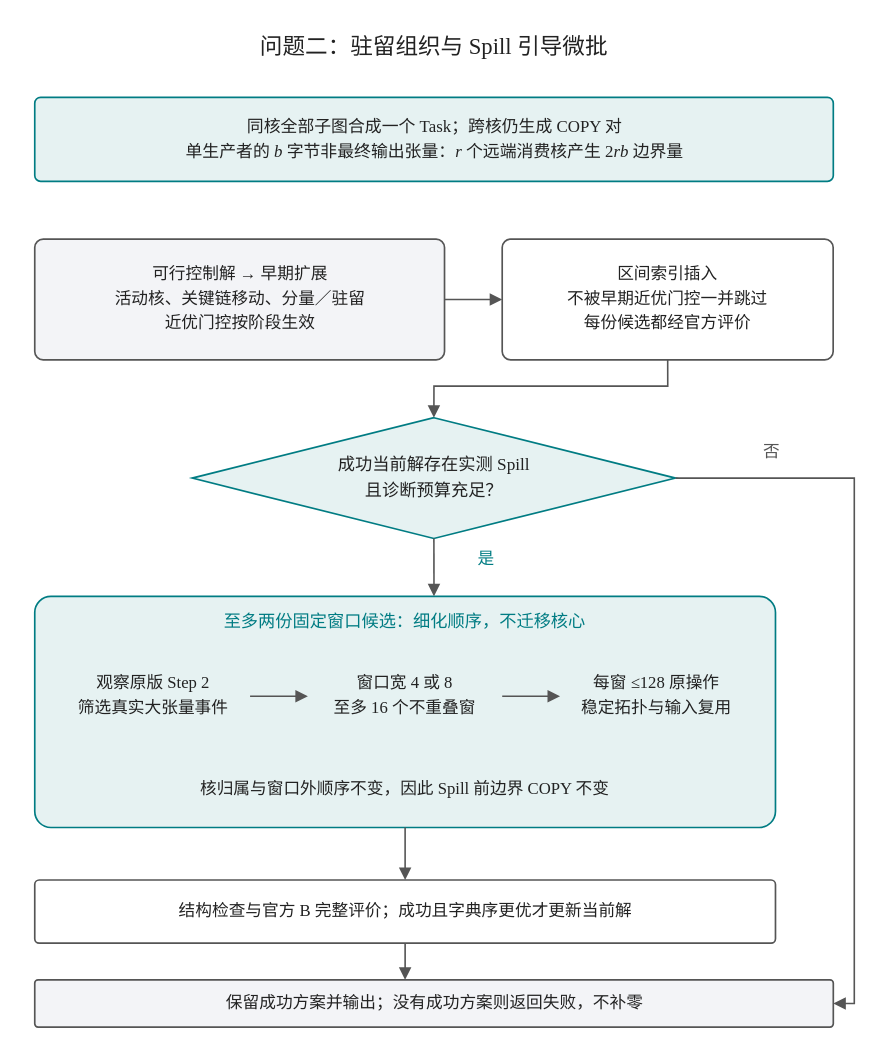
The draw.io diagram r12_answer_20260925/流程图_优化版_20260926/drawio/02_R12_问题二_Spill微批.drawio in 124-creator/HuaWei, before the edit. Source tidied: cells renumbered, new cells numbered last; positions are measured from the earlier drawing's top-left corner, leaving out a move shared by most shapes. Both pictures are drawn from the tidied source at 139%, with x=0, y=0 at pixel (24, 24).
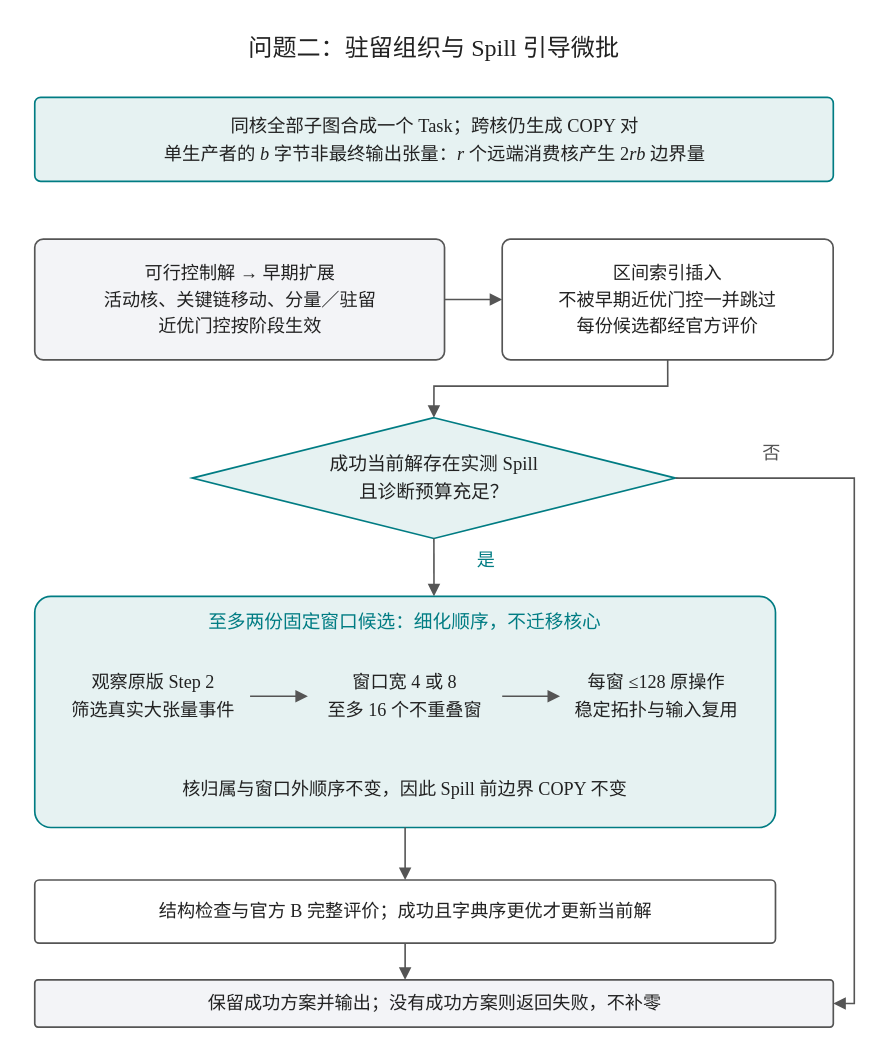
The same page after the edit.

Diff of the diagram source:
```diff
@@
-    <mxCell id="2" value="&lt;div style=&quot;font-family:'Liberation Serif','WenQuanYi Zen Hei';line-height:1.48;&quot;&gt;问题二：驻留组织与 Spill 引导微批&lt;/div&gt;" style="text;html=1;whiteSpace=wrap;align=center;verticalAlign=middle;fontFamily=WenQuanYi Zen Hei;fontSize=16.266666666666666;fontColor=#222222;fillColor=none;strokeColor=none;strokeWidth=1.2;spacing=5;" parent="1" vertex="1">
+    <mxCell id="2" value="&lt;div style=&quot;font-family:'Liberation Serif','WenQuanYi Zen Hei';line-height:1.48;&quot;&gt;问题二：驻留组织与 Spill 引导微批&lt;/div&gt;" style="text;html=1;whiteSpace=wrap;align=center;verticalAlign=middle;fontFamily=WenQuanYi Zen Hei;fontSize=17.333333333333332;fontColor=#222222;fillColor=none;strokeColor=none;strokeWidth=1.2;spacing=5;" parent="1" vertex="1">
       <mxGeometry x="-0.1" y="-0.4" width="589.6" height="34" as="geometry" />
     </mxCell>
-    <mxCell id="3" value="&lt;div style=&quot;font-family:'Liberation Serif','WenQuanYi Zen Hei';line-height:1.48;&quot;&gt;同核全部子图合成一个 Task；跨核仍生成 COPY 对&lt;br&gt;单生产者的 &lt;i&gt;b&lt;/i&gt; 字节非最终输出张量：&lt;i&gt;r&lt;/i&gt; 个远端消费核产生 2&lt;i&gt;rb&lt;/i&gt; 边界量&lt;/div&gt;" style="rounded=1;arcSize=7;html=1;whiteSpace=wrap;align=center;verticalAlign=middle;fontFamily=WenQuanYi Zen Hei;fontSize=12.133333333333333;fontColor=#222222;fillColor=#E6F2F2;strokeColor=#007C83;strokeWidth=1.2;spacing=5;" parent="1" vertex="1">
+    <mxCell id="3" value="&lt;div style=&quot;font-family:'Liberation Serif','WenQuanYi Zen Hei';line-height:1.48;&quot;&gt;同核全部子图合成一个 Task；跨核仍生成 COPY 对&lt;br&gt;单生产者的 &lt;i&gt;b&lt;/i&gt; 字节非最终输出张量：&lt;i&gt;r&lt;/i&gt; 个远端消费核产生 2&lt;i&gt;rb&lt;/i&gt; 边界量&lt;/div&gt;" style="rounded=1;arcSize=7;html=1;whiteSpace=wrap;align=center;verticalAlign=middle;fontFamily=WenQuanYi Zen Hei;fontSize=13.200000000000001;fontColor=#222222;fillColor=#E6F2F2;strokeColor=#007C83;strokeWidth=1.2;spacing=5;" parent="1" vertex="1">
       <mxGeometry x="7.5" y="52.5" width="574.5" height="60.5" as="geometry" />
     </mxCell>
-    <mxCell id="4" value="&lt;div style=&quot;font-family:'Liberation Serif','WenQuanYi Zen Hei';line-height:1.48;&quot;&gt;可行控制解 → 早期扩展&lt;br&gt;活动核、关键链移动、分量／驻留&lt;br&gt;近优门控按阶段生效&lt;/div&gt;" style="rounded=1;arcSize=7;html=1;whiteSpace=wrap;align=center;verticalAlign=middle;fontFamily=WenQuanYi Zen Hei;fontSize=12.0;fontColor=#222222;fillColor=#F3F4F7;strokeColor=#555555;strokeWidth=1.2;spacing=5;" parent="1" vertex="1">
+    <mxCell id="4" value="&lt;div style=&quot;font-family:'Liberation Serif','WenQuanYi Zen Hei';line-height:1.48;&quot;&gt;可行控制解 → 早期扩展&lt;br&gt;活动核、关键链移动、分量／驻留&lt;br&gt;近优门控按阶段生效&lt;/div&gt;" style="rounded=1;arcSize=7;html=1;whiteSpace=wrap;align=center;verticalAlign=middle;fontFamily=WenQuanYi Zen Hei;fontSize=13.066666666666668;fontColor=#222222;fillColor=#F3F4F7;strokeColor=#555555;strokeWidth=1.2;spacing=5;" parent="1" vertex="1">
       <mxGeometry x="7.5" y="154.5" width="294.8" height="86.9" as="geometry" />
     </mxCell>
-    <mxCell id="5" value="&lt;div style=&quot;font-family:'Liberation Serif','WenQuanYi Zen Hei';line-height:1.48;&quot;&gt;区间索引插入&lt;br&gt;不被早期近优门控一并跳过&lt;br&gt;每份候选都经官方评价&lt;/div&gt;" style="rounded=1;arcSize=7;html=1;whiteSpace=wrap;align=center;verticalAlign=middle;fontFamily=WenQuanYi Zen Hei;fontSize=12.0;fontColor=#222222;fillColor=#FFFFFF;strokeColor=#555555;strokeWidth=1.2;spacing=5;" parent="1" vertex="1">
+    <mxCell id="5" value="&lt;div style=&quot;font-family:'Liberation Serif','WenQuanYi Zen Hei';line-height:1.48;&quot;&gt;区间索引插入&lt;br&gt;不被早期近优门控一并跳过&lt;br&gt;每份候选都经官方评价&lt;/div&gt;" style="rounded=1;arcSize=7;html=1;whiteSpace=wrap;align=center;verticalAlign=middle;fontFamily=WenQuanYi Zen Hei;fontSize=13.066666666666668;fontColor=#222222;fillColor=#FFFFFF;strokeColor=#555555;strokeWidth=1.2;spacing=5;" parent="1" vertex="1">
       <mxGeometry x="343.8" y="154.5" width="238.1" height="86.9" as="geometry" />
     </mxCell>
-    <mxCell id="6" value="&lt;div style=&quot;font-family:'Liberation Serif','WenQuanYi Zen Hei';line-height:1.48;&quot;&gt;成功当前解存在实测 Spill&lt;br&gt;且诊断预算充足？&lt;/div&gt;" style="shape=rhombus;html=1;whiteSpace=wrap;align=center;verticalAlign=middle;fontFamily=WenQuanYi Zen Hei;fontSize=12.4;fontColor=#222222;fillColor=#E6F2F2;strokeColor=#007C83;strokeWidth=1.2;spacing=5;" parent="1" vertex="1">
+    <mxCell id="6" value="&lt;div style=&quot;font-family:'Liberation Serif','WenQuanYi Zen Hei';line-height:1.48;&quot;&gt;成功当前解存在实测 Spill&lt;br&gt;且诊断预算充足？&lt;/div&gt;" style="shape=rhombus;html=1;whiteSpace=wrap;align=center;verticalAlign=middle;fontFamily=WenQuanYi Zen Hei;fontSize=13.466666666666667;fontColor=#222222;fillColor=#E6F2F2;strokeColor=#007C83;strokeWidth=1.2;spacing=5;" parent="1" vertex="1">
       <mxGeometry x="120.8" y="283" width="347.7" height="86.9" as="geometry" />
     </mxCell>
-    <mxCell id="7" value="&lt;div style=&quot;font-family:'Liberation Serif','WenQuanYi Zen Hei';line-height:1.48;&quot;&gt;是&lt;/div&gt;" style="text;html=1;whiteSpace=wrap;align=center;verticalAlign=middle;fontFamily=WenQuanYi Zen Hei;fontSize=12.0;fontColor=#007C83;fillColor=none;strokeColor=none;strokeWidth=1.2;spacing=5;" parent="1" vertex="1">
+    <mxCell id="7" value="&lt;div style=&quot;font-family:'Liberation Serif','WenQuanYi Zen Hei';line-height:1.48;&quot;&gt;是&lt;/div&gt;" style="text;html=1;whiteSpace=wrap;align=center;verticalAlign=middle;fontFamily=WenQuanYi Zen Hei;fontSize=13.066666666666668;fontColor=#007C83;fillColor=none;strokeColor=none;strokeWidth=1.2;spacing=5;" parent="1" vertex="1">
       <mxGeometry x="306" y="371.8" width="52.9" height="26.5" as="geometry" />
     </mxCell>
@@
-    <mxCell id="9" value="&lt;div style=&quot;font-family:'Liberation Serif','WenQuanYi Zen Hei';line-height:1.48;&quot;&gt;至多两份固定窗口候选：细化顺序，不迁移核心&lt;/div&gt;" style="text;html=1;whiteSpace=wrap;align=center;verticalAlign=middle;fontFamily=WenQuanYi Zen Hei;fontSize=12.4;fontColor=#007C83;fillColor=none;strokeColor=none;strokeWidth=1.2;spacing=5;" parent="1" vertex="1">
+    <mxCell id="9" value="&lt;div style=&quot;font-family:'Liberation Serif','WenQuanYi Zen Hei';line-height:1.48;&quot;&gt;至多两份固定窗口候选：细化顺序，不迁移核心&lt;/div&gt;" style="text;html=1;whiteSpace=wrap;align=center;verticalAlign=middle;fontFamily=WenQuanYi Zen Hei;fontSize=13.466666666666667;fontColor=#007C83;fillColor=none;strokeColor=none;strokeWidth=1.2;spacing=5;" parent="1" vertex="1">
       <mxGeometry x="18.8" y="415.3" width="510.2" height="30.2" as="geometry" />
     </mxCell>
-    <mxCell id="10" value="&lt;div style=&quot;font-family:'Liberation Serif','WenQuanYi Zen Hei';line-height:1.48;&quot;&gt;观察原版 Step 2&lt;br&gt;筛选真实大张量事件&lt;/div&gt;" style="text;html=1;whiteSpace=wrap;align=center;verticalAlign=middle;fontFamily=WenQuanYi Zen Hei;fontSize=12.0;fontColor=#222222;fillColor=none;strokeColor=none;strokeWidth=1.2;spacing=5;" parent="1" vertex="1">
+    <mxCell id="10" value="&lt;div style=&quot;font-family:'Liberation Serif','WenQuanYi Zen Hei';line-height:1.48;&quot;&gt;观察原版 Step 2&lt;br&gt;筛选真实大张量事件&lt;/div&gt;" style="text;html=1;whiteSpace=wrap;align=center;verticalAlign=middle;fontFamily=WenQuanYi Zen Hei;fontSize=13.066666666666668;fontColor=#222222;fillColor=none;strokeColor=none;strokeWidth=1.2;spacing=5;" parent="1" vertex="1">
       <mxGeometry x="22.6" y="453.1" width="139.8" height="60.5" as="geometry" />
     </mxCell>
-    <mxCell id="11" value="&lt;div style=&quot;font-family:'Liberation Serif','WenQuanYi Zen Hei';line-height:1.48;&quot;&gt;窗口宽 4 或 8&lt;br&gt;至多 16 个不重叠窗&lt;/div&gt;" style="text;html=1;whiteSpace=wrap;align=center;verticalAlign=middle;fontFamily=WenQuanYi Zen Hei;fontSize=12.0;fontColor=#222222;fillColor=none;strokeColor=none;strokeWidth=1.2;spacing=5;" parent="1" vertex="1">
+    <mxCell id="11" value="&lt;div style=&quot;font-family:'Liberation Serif','WenQuanYi Zen Hei';line-height:1.48;&quot;&gt;窗口宽 4 或 8&lt;br&gt;至多 16 个不重叠窗&lt;/div&gt;" style="text;html=1;whiteSpace=wrap;align=center;verticalAlign=middle;fontFamily=WenQuanYi Zen Hei;fontSize=13.066666666666668;fontColor=#222222;fillColor=none;strokeColor=none;strokeWidth=1.2;spacing=5;" parent="1" vertex="1">
       <mxGeometry x="204" y="453.1" width="139.8" height="60.5" as="geometry" />
     </mxCell>
-    <mxCell id="12" value="&lt;div style=&quot;font-family:'Liberation Serif','WenQuanYi Zen Hei';line-height:1.48;&quot;&gt;每窗 ≤128 原操作&lt;br&gt;稳定拓扑与输入复用&lt;/div&gt;" style="text;html=1;whiteSpace=wrap;align=center;verticalAlign=middle;fontFamily=WenQuanYi Zen Hei;fontSize=12.0;fontColor=#222222;fillColor=none;strokeColor=none;strokeWidth=1.2;spacing=5;" parent="1" vertex="1">
+    <mxCell id="12" value="&lt;div style=&quot;font-family:'Liberation Serif','WenQuanYi Zen Hei';line-height:1.48;&quot;&gt;每窗 ≤128 原操作&lt;br&gt;稳定拓扑与输入复用&lt;/div&gt;" style="text;html=1;whiteSpace=wrap;align=center;verticalAlign=middle;fontFamily=WenQuanYi Zen Hei;fontSize=13.066666666666668;fontColor=#222222;fillColor=none;strokeColor=none;strokeWidth=1.2;spacing=5;" parent="1" vertex="1">
       <mxGeometry x="385.4" y="453.1" width="139.8" height="60.5" as="geometry" />
     </mxCell>
-    <mxCell id="13" value="&lt;div style=&quot;font-family:'Liberation Serif','WenQuanYi Zen Hei';line-height:1.48;&quot;&gt;核归属与窗口外顺序不变，因此 Spill 前边界 COPY 不变&lt;/div&gt;" style="text;html=1;whiteSpace=wrap;align=center;verticalAlign=middle;fontFamily=WenQuanYi Zen Hei;fontSize=12.0;fontColor=#222222;fillColor=none;strokeColor=none;strokeWidth=1.2;spacing=5;" parent="1" vertex="1">
+    <mxCell id="13" value="&lt;div style=&quot;font-family:'Liberation Serif','WenQuanYi Zen Hei';line-height:1.48;&quot;&gt;核归属与窗口外顺序不变，因此 Spill 前边界 COPY 不变&lt;/div&gt;" style="text;html=1;whiteSpace=wrap;align=center;verticalAlign=middle;fontFamily=WenQuanYi Zen Hei;fontSize=13.066666666666668;fontColor=#222222;fillColor=none;strokeColor=none;strokeWidth=1.2;spacing=5;" parent="1" vertex="1">
       <mxGeometry x="18.8" y="532.5" width="510.2" height="34" as="geometry" />
     </mxCell>
-    <mxCell id="14" value="&lt;div style=&quot;font-family:'Liberation Serif','WenQuanYi Zen Hei';line-height:1.48;&quot;&gt;结构检查与官方 B 完整评价；成功且字典序更优才更新当前解&lt;/div&gt;" style="rounded=1;arcSize=7;html=1;whiteSpace=wrap;align=center;verticalAlign=middle;fontFamily=WenQuanYi Zen Hei;fontSize=12.0;fontColor=#222222;fillColor=#FFFFFF;strokeColor=#555555;strokeWidth=1.2;spacing=5;" parent="1" vertex="1">
+    <mxCell id="14" value="&lt;div style=&quot;font-family:'Liberation Serif','WenQuanYi Zen Hei';line-height:1.48;&quot;&gt;结构检查与官方 B 完整评价；成功且字典序更优才更新当前解&lt;/div&gt;" style="rounded=1;arcSize=7;html=1;whiteSpace=wrap;align=center;verticalAlign=middle;fontFamily=WenQuanYi Zen Hei;fontSize=13.066666666666668;fontColor=#222222;fillColor=#FFFFFF;strokeColor=#555555;strokeWidth=1.2;spacing=5;" parent="1" vertex="1">
       <mxGeometry x="7.5" y="615.6" width="532.9" height="45.4" as="geometry" />
     </mxCell>
-    <mxCell id="15" value="&lt;div style=&quot;font-family:'Liberation Serif','WenQuanYi Zen Hei';line-height:1.48;&quot;&gt;保留成功方案并输出；没有成功方案则返回失败，不补零&lt;/div&gt;" style="rounded=1;arcSize=7;html=1;whiteSpace=wrap;align=center;verticalAlign=middle;fontFamily=WenQuanYi Zen Hei;fontSize=12.0;fontColor=#222222;fillColor=#F3F4F7;strokeColor=#555555;strokeWidth=1.2;spacing=5;" parent="1" vertex="1">
+    <mxCell id="15" value="&lt;div style=&quot;font-family:'Liberation Serif','WenQuanYi Zen Hei';line-height:1.48;&quot;&gt;保留成功方案并输出；没有成功方案则返回失败，不补零&lt;/div&gt;" style="rounded=1;arcSize=7;html=1;whiteSpace=wrap;align=center;verticalAlign=middle;fontFamily=WenQuanYi Zen Hei;fontSize=13.066666666666668;fontColor=#222222;fillColor=#F3F4F7;strokeColor=#555555;strokeWidth=1.2;spacing=5;" parent="1" vertex="1">
       <mxGeometry x="7.5" y="687.4" width="574.5" height="34" as="geometry" />
     </mxCell>
-    <mxCell id="16" value="&lt;div style=&quot;font-family:'Liberation Serif','WenQuanYi Zen Hei';line-height:1.48;&quot;&gt;否&lt;/div&gt;" style="text;html=1;whiteSpace=wrap;align=center;verticalAlign=middle;fontFamily=WenQuanYi Zen Hei;fontSize=12.0;fontColor=#555555;fillColor=none;strokeColor=none;strokeWidth=1.2;spacing=5;" parent="1" vertex="1">
+    <mxCell id="16" value="&lt;div style=&quot;font-family:'Liberation Serif','WenQuanYi Zen Hei';line-height:1.48;&quot;&gt;否&lt;/div&gt;" style="text;html=1;whiteSpace=wrap;align=center;verticalAlign=middle;fontFamily=WenQuanYi Zen Hei;fontSize=13.066666666666668;fontColor=#555555;fillColor=none;strokeColor=none;strokeWidth=1.2;spacing=5;" parent="1" vertex="1">
       <mxGeometry x="506.4" y="294.4" width="64.3" height="26.5" as="geometry" />
     </mxCell>
```
